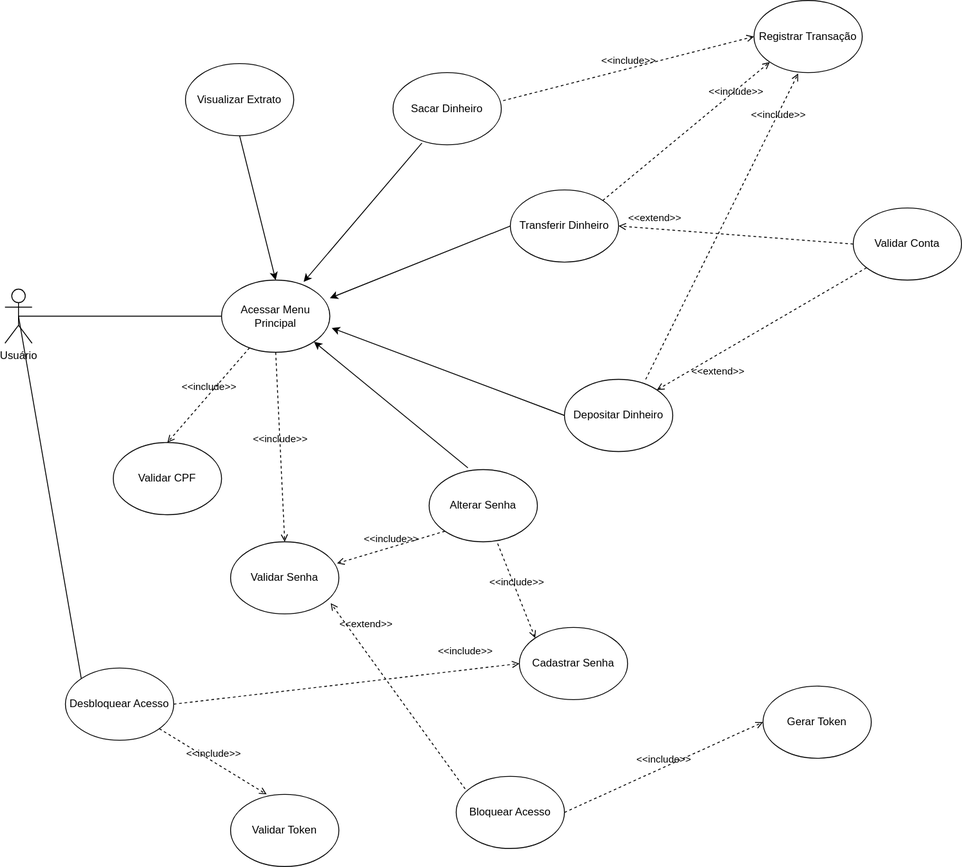
The draw.io diagram docs/modelagem/diagrama-casos-uso.svg in diegomcoder/ficticiobank-atm, before a commit. Source tidied: cells renumbered, new cells last; positions are measured from the earlier drawing's top-left corner, leaving out a move shared by most shapes.
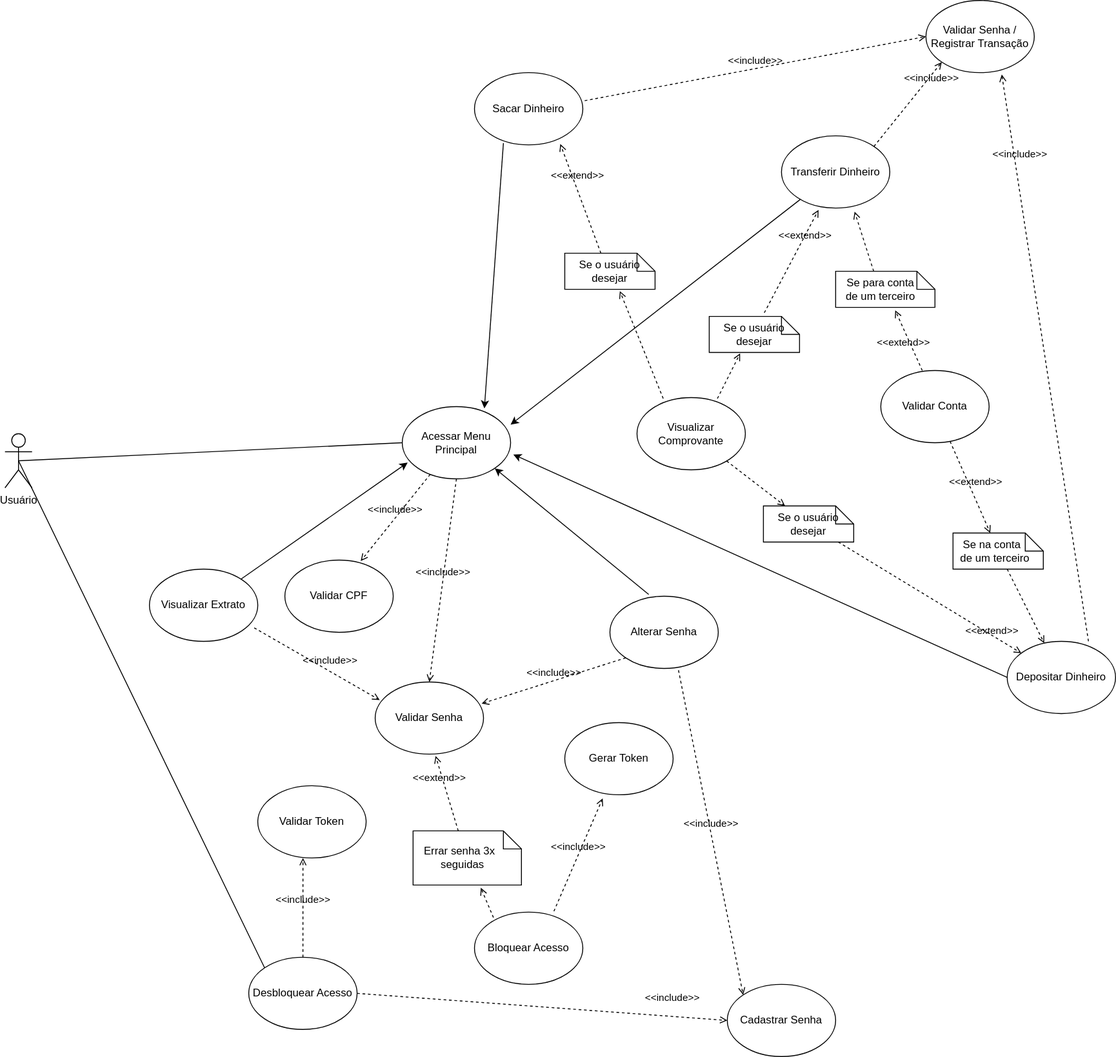
Later version of the same file.

Commit message:
update use case diagram

Change to the diagram source:
```diff
@@ -6,60 +6,57 @@
       <mxGeometry x="240" y="310" width="120" height="80" as="geometry" />
     </mxCell>
     <mxCell id="3" value="Validar Senha" style="ellipse;whiteSpace=wrap;html=1;" parent="1" vertex="1">
-      <mxGeometry x="250" y="600" width="120" height="80" as="geometry" />
+      <mxGeometry x="210" y="615" width="120" height="80" as="geometry" />
     </mxCell>
     <mxCell id="4" value="Validar CPF" style="ellipse;whiteSpace=wrap;html=1;" parent="1" vertex="1">
-      <mxGeometry x="120" y="490" width="120" height="80" as="geometry" />
+      <mxGeometry x="110" y="480" width="120" height="80" as="geometry" />
     </mxCell>
     <mxCell id="5" value="Usuário" style="shape=umlActor;verticalLabelPosition=bottom;verticalAlign=top;html=1;outlineConnect=0;" parent="1" vertex="1">
-      <mxGeometry y="320" width="30" height="60" as="geometry" />
+      <mxGeometry x="-200" y="340" width="30" height="60" as="geometry" />
     </mxCell>
-    <mxCell id="6" value="Visualizar Extrato" style="ellipse;whiteSpace=wrap;html=1;" parent="1" vertex="1">
-      <mxGeometry x="200" y="70" width="120" height="80" as="geometry" />
-    </mxCell>
     <mxCell id="7" value="Sacar Dinheiro" style="ellipse;whiteSpace=wrap;html=1;" parent="1" vertex="1">
-      <mxGeometry x="430" y="80" width="120" height="80" as="geometry" />
+      <mxGeometry x="320" y="-60" width="120" height="80" as="geometry" />
     </mxCell>
     <mxCell id="8" value="Transferir Dinheiro" style="ellipse;whiteSpace=wrap;html=1;" parent="1" vertex="1">
-      <mxGeometry x="560" y="210" width="120" height="80" as="geometry" />
+      <mxGeometry x="660" y="10" width="120" height="80" as="geometry" />
     </mxCell>
     <mxCell id="9" value="Depositar Dinheiro" style="ellipse;whiteSpace=wrap;html=1;" parent="1" vertex="1">
-      <mxGeometry x="620" y="420" width="120" height="80" as="geometry" />
+      <mxGeometry x="910" y="570" width="120" height="80" as="geometry" />
     </mxCell>
     <mxCell id="10" value="Alterar Senha" style="ellipse;whiteSpace=wrap;html=1;" parent="1" vertex="1">
       <mxGeometry x="470" y="520" width="120" height="80" as="geometry" />
     </mxCell>
     <mxCell id="11" value="Gerar Token" style="ellipse;whiteSpace=wrap;html=1;" parent="1" vertex="1">
-      <mxGeometry x="840" y="760" width="120" height="80" as="geometry" />
+      <mxGeometry x="420" y="660" width="120" height="80" as="geometry" />
     </mxCell>
     <mxCell id="12" value="Validar Token" style="ellipse;whiteSpace=wrap;html=1;" parent="1" vertex="1">
-      <mxGeometry x="250" y="880" width="120" height="80" as="geometry" />
+      <mxGeometry x="80" y="730" width="120" height="80" as="geometry" />
     </mxCell>
-    <mxCell id="13" value="Registrar Transação" style="ellipse;whiteSpace=wrap;html=1;" parent="1" vertex="1">
-      <mxGeometry x="830" width="120" height="80" as="geometry" />
+    <mxCell id="13" value="Validar Senha / Registrar Transação" style="ellipse;whiteSpace=wrap;html=1;" parent="1" vertex="1">
+      <mxGeometry x="820" y="-140" width="120" height="80" as="geometry" />
     </mxCell>
     <mxCell id="14" value="Bloquear Acesso" style="ellipse;whiteSpace=wrap;html=1;" parent="1" vertex="1">
-      <mxGeometry x="500" y="860" width="120" height="80" as="geometry" />
+      <mxGeometry x="320" y="870" width="120" height="80" as="geometry" />
     </mxCell>
     <mxCell id="15" value="Validar Conta" style="ellipse;whiteSpace=wrap;html=1;" parent="1" vertex="1">
-      <mxGeometry x="940" y="230" width="120" height="80" as="geometry" />
+      <mxGeometry x="770" y="270" width="120" height="80" as="geometry" />
     </mxCell>
     <mxCell id="16" value="Desbloquear Acesso" style="ellipse;whiteSpace=wrap;html=1;" parent="1" vertex="1">
-      <mxGeometry x="67" y="740" width="120" height="80" as="geometry" />
+      <mxGeometry x="70" y="920" width="120" height="80" as="geometry" />
     </mxCell>
     <mxCell id="17" value="Cadastrar Senha" style="ellipse;whiteSpace=wrap;html=1;" parent="1" vertex="1">
-      <mxGeometry x="570" y="695" width="120" height="80" as="geometry" />
+      <mxGeometry x="600" y="950" width="120" height="80" as="geometry" />
     </mxCell>
     <mxCell id="18" style="endArrow=none;html=1;rounded=0;exitX=0.5;exitY=0.5;exitDx=0;exitDy=0;exitPerimeter=0;entryX=0;entryY=0.5;entryDx=0;entryDy=0;" parent="1" edge="1" source="5" target="2">
       <mxGeometry relative="1" as="geometry" />
     </mxCell>
-    <mxCell id="19" style="endArrow=classic;html=1;rounded=0;entryX=0.5;entryY=0;entryDx=0;entryDy=0;exitX=0.5;exitY=1;exitDx=0;exitDy=0;" parent="1" edge="1" source="6" target="2">
+    <mxCell id="19" style="endArrow=classic;html=1;rounded=0;entryX=0.05;entryY=0.775;entryDx=0;entryDy=0;entryPerimeter=0;" parent="1" edge="1" source="6" target="2">
       <mxGeometry relative="1" as="geometry" />
     </mxCell>
     <mxCell id="20" style="endArrow=classic;html=1;rounded=0;entryX=0.758;entryY=0.025;entryDx=0;entryDy=0;exitX=0.267;exitY=0.975;exitDx=0;exitDy=0;entryPerimeter=0;exitPerimeter=0;" parent="1" edge="1" source="7" target="2">
       <mxGeometry relative="1" as="geometry" />
     </mxCell>
-    <mxCell id="21" style="endArrow=classic;html=1;rounded=0;entryX=1;entryY=0.25;entryDx=0;entryDy=0;exitX=0;exitY=0.5;exitDx=0;exitDy=0;entryPerimeter=0;" parent="1" edge="1" source="8" target="2">
+    <mxCell id="21" style="endArrow=classic;html=1;rounded=0;entryX=1;entryY=0.25;entryDx=0;entryDy=0;entryPerimeter=0;" parent="1" edge="1" source="8" target="2">
       <mxGeometry relative="1" as="geometry" />
     </mxCell>
     <mxCell id="22" style="endArrow=classic;html=1;rounded=0;entryX=1.025;entryY=0.663;entryDx=0;entryDy=0;exitX=0;exitY=0.5;exitDx=0;exitDy=0;entryPerimeter=0;" parent="1" edge="1" source="9" target="2">
@@ -77,25 +74,29 @@
     <mxCell id="26" value="&amp;lt;&amp;lt;include&amp;gt;&amp;gt;" style="html=1;verticalAlign=bottom;labelBackgroundColor=none;endArrow=open;endFill=0;dashed=1;rounded=0;entryX=0;entryY=1;entryDx=0;entryDy=0;exitX=1;exitY=0;exitDx=0;exitDy=0;" parent="1" edge="1" source="8" target="13">
       <mxGeometry x="0.54" y="-8" relative="1" as="geometry" />
     </mxCell>
-    <mxCell id="27" value="&amp;lt;&amp;lt;include&amp;gt;&amp;gt;" style="html=1;verticalAlign=bottom;labelBackgroundColor=none;endArrow=open;endFill=0;dashed=1;rounded=0;entryX=0.408;entryY=1.013;entryDx=0;entryDy=0;exitX=0.75;exitY=0;exitDx=0;exitDy=0;entryPerimeter=0;exitPerimeter=0;" parent="1" edge="1" source="9" target="13">
+    <mxCell id="27" value="&amp;lt;&amp;lt;include&amp;gt;&amp;gt;" style="html=1;verticalAlign=bottom;labelBackgroundColor=none;endArrow=open;endFill=0;dashed=1;rounded=0;entryX=0.7;entryY=1.025;entryDx=0;entryDy=0;exitX=0.75;exitY=0;exitDx=0;exitDy=0;entryPerimeter=0;exitPerimeter=0;" parent="1" edge="1" source="9" target="13">
       <mxGeometry x="0.69" y="-5" relative="1" as="geometry" />
     </mxCell>
-    <mxCell id="28" value="&amp;lt;&amp;lt;extend&amp;gt;&amp;gt;" style="html=1;verticalAlign=bottom;labelBackgroundColor=none;endArrow=open;endFill=0;dashed=1;rounded=0;entryX=1;entryY=0;entryDx=0;entryDy=0;" parent="1" edge="1" source="15" target="9">
-      <mxGeometry x="0.52" y="24" relative="1" as="geometry" />
+    <mxCell id="28" value="&amp;lt;&amp;lt;extend&amp;gt;&amp;gt;" style="html=1;verticalAlign=bottom;labelBackgroundColor=none;endArrow=open;endFill=0;dashed=1;rounded=0;" parent="1" edge="1" source="45" target="9">
+      <mxGeometry x="-1" y="97" relative="1" as="geometry">
+        <mxPoint x="-122" y="-45" as="offset" />
+      </mxGeometry>
     </mxCell>
-    <mxCell id="29" value="&amp;lt;&amp;lt;extend&amp;gt;&amp;gt;" style="html=1;verticalAlign=bottom;labelBackgroundColor=none;endArrow=open;endFill=0;dashed=1;rounded=0;entryX=1;entryY=0.5;entryDx=0;entryDy=0;exitX=0;exitY=0.5;exitDx=0;exitDy=0;" parent="1" edge="1" source="15" target="8">
-      <mxGeometry x="0.69" y="-3" relative="1" as="geometry" />
+    <mxCell id="29" value="&amp;lt;&amp;lt;extend&amp;gt;&amp;gt;" style="html=1;verticalAlign=bottom;labelBackgroundColor=none;endArrow=open;endFill=0;dashed=1;rounded=0;entryX=0.675;entryY=1.05;entryDx=0;entryDy=0;exitX=0.383;exitY=0;exitDx=0;exitDy=0;exitPerimeter=0;entryPerimeter=0;" parent="1" edge="1" source="43" target="8">
+      <mxGeometry x="-1" y="107" relative="1" as="geometry">
+        <mxPoint x="135" y="55" as="offset" />
+      </mxGeometry>
     </mxCell>
-    <mxCell id="30" value="&amp;lt;&amp;lt;include&amp;gt;&amp;gt;" style="html=1;verticalAlign=bottom;labelBackgroundColor=none;endArrow=open;endFill=0;dashed=1;rounded=0;entryX=0.5;entryY=0;entryDx=0;entryDy=0;exitX=0.258;exitY=0.938;exitDx=0;exitDy=0;exitPerimeter=0;" parent="1" edge="1" source="2" target="4">
+    <mxCell id="30" value="&amp;lt;&amp;lt;include&amp;gt;&amp;gt;" style="html=1;verticalAlign=bottom;labelBackgroundColor=none;endArrow=open;endFill=0;dashed=1;rounded=0;entryX=0.7;entryY=0.013;entryDx=0;entryDy=0;exitX=0.258;exitY=0.938;exitDx=0;exitDy=0;exitPerimeter=0;entryPerimeter=0;" parent="1" edge="1" source="2" target="4">
       <mxGeometry relative="1" as="geometry" />
     </mxCell>
     <mxCell id="31" value="&amp;lt;&amp;lt;include&amp;gt;&amp;gt;" style="html=1;verticalAlign=bottom;labelBackgroundColor=none;endArrow=open;endFill=0;dashed=1;rounded=0;entryX=0.5;entryY=0;entryDx=0;entryDy=0;exitX=0.5;exitY=1;exitDx=0;exitDy=0;" parent="1" edge="1" source="2" target="3">
       <mxGeometry relative="1" as="geometry" />
     </mxCell>
-    <mxCell id="32" value="&amp;lt;&amp;lt;extend&amp;gt;&amp;gt;" style="html=1;verticalAlign=bottom;labelBackgroundColor=none;endArrow=open;endFill=0;dashed=1;rounded=0;entryX=0.925;entryY=0.85;entryDx=0;entryDy=0;entryPerimeter=0;exitX=0.083;exitY=0.175;exitDx=0;exitDy=0;exitPerimeter=0;" parent="1" edge="1" source="14" target="3">
-      <mxGeometry x="0.62" y="-13" relative="1" as="geometry" />
+    <mxCell id="32" value="&amp;lt;&amp;lt;extend&amp;gt;&amp;gt;" style="html=1;verticalAlign=bottom;labelBackgroundColor=none;endArrow=open;endFill=0;dashed=1;rounded=0;exitX=0.417;exitY=0;exitDx=0;exitDy=0;exitPerimeter=0;entryX=0.558;entryY=1.025;entryDx=0;entryDy=0;entryPerimeter=0;" parent="1" edge="1" source="53" target="3">
+      <mxGeometry x="0.24" y="6" relative="1" as="geometry" />
     </mxCell>
-    <mxCell id="33" value="&amp;lt;&amp;lt;include&amp;gt;&amp;gt;" style="html=1;verticalAlign=bottom;labelBackgroundColor=none;endArrow=open;endFill=0;dashed=1;rounded=0;entryX=0;entryY=0.5;entryDx=0;entryDy=0;exitX=1;exitY=0.5;exitDx=0;exitDy=0;" parent="1" edge="1" source="14" target="11">
+    <mxCell id="33" value="&amp;lt;&amp;lt;include&amp;gt;&amp;gt;" style="html=1;verticalAlign=bottom;labelBackgroundColor=none;endArrow=open;endFill=0;dashed=1;rounded=0;entryX=0.35;entryY=1.05;entryDx=0;entryDy=0;exitX=0.733;exitY=-0.012;exitDx=0;exitDy=0;entryPerimeter=0;exitPerimeter=0;" parent="1" edge="1" source="14" target="11">
       <mxGeometry relative="1" as="geometry" />
     </mxCell>
     <mxCell id="34" value="&amp;lt;&amp;lt;include&amp;gt;&amp;gt;" style="html=1;verticalAlign=bottom;labelBackgroundColor=none;endArrow=open;endFill=0;dashed=1;rounded=0;entryX=0.983;entryY=0.3;entryDx=0;entryDy=0;exitX=0;exitY=1;exitDx=0;exitDy=0;entryPerimeter=0;" parent="1" edge="1" source="10" target="3">
@@ -104,11 +105,67 @@
     <mxCell id="35" value="&amp;lt;&amp;lt;include&amp;gt;&amp;gt;" style="html=1;verticalAlign=bottom;labelBackgroundColor=none;endArrow=open;endFill=0;dashed=1;rounded=0;entryX=0;entryY=0;entryDx=0;entryDy=0;exitX=0.633;exitY=1.025;exitDx=0;exitDy=0;exitPerimeter=0;" parent="1" edge="1" source="10" target="17">
       <mxGeometry relative="1" as="geometry" />
     </mxCell>
-    <mxCell id="36" value="&amp;lt;&amp;lt;include&amp;gt;&amp;gt;" style="html=1;verticalAlign=bottom;labelBackgroundColor=none;endArrow=open;endFill=0;dashed=1;rounded=0;entryX=0.333;entryY=0;entryDx=0;entryDy=0;entryPerimeter=0;" parent="1" edge="1" source="16" target="12">
+    <mxCell id="36" value="&amp;lt;&amp;lt;include&amp;gt;&amp;gt;" style="html=1;verticalAlign=bottom;labelBackgroundColor=none;endArrow=open;endFill=0;dashed=1;rounded=0;entryX=0.417;entryY=1;entryDx=0;entryDy=0;entryPerimeter=0;" parent="1" edge="1" source="16" target="12">
       <mxGeometry relative="1" as="geometry" />
     </mxCell>
     <mxCell id="37" value="&amp;lt;&amp;lt;include&amp;gt;&amp;gt;" style="html=1;verticalAlign=bottom;labelBackgroundColor=none;endArrow=open;endFill=0;dashed=1;rounded=0;entryX=0;entryY=0.5;entryDx=0;entryDy=0;exitX=1;exitY=0.5;exitDx=0;exitDy=0;" parent="1" edge="1" source="16" target="17">
       <mxGeometry x="0.7" y="12" relative="1" as="geometry" />
     </mxCell>
+    <mxCell id="38" value="Visualizar Comprovante" style="ellipse;whiteSpace=wrap;html=1;" parent="1" vertex="1">
+      <mxGeometry x="500" y="300" width="120" height="80" as="geometry" />
+    </mxCell>
+    <mxCell id="39" value="&amp;lt;&amp;lt;extend&amp;gt;&amp;gt;" style="html=1;verticalAlign=bottom;labelBackgroundColor=none;endArrow=open;endFill=0;dashed=1;rounded=0;entryX=0.792;entryY=0.988;entryDx=0;entryDy=0;exitX=0;exitY=0;exitDx=40;exitDy=0;entryPerimeter=0;exitPerimeter=0;" parent="1" edge="1" source="47" target="7">
+      <mxGeometry x="0.25" y="-2" relative="1" as="geometry" />
+    </mxCell>
+    <mxCell id="40" value="&amp;lt;&amp;lt;extend&amp;gt;&amp;gt;" style="html=1;verticalAlign=bottom;labelBackgroundColor=none;endArrow=open;endFill=0;dashed=1;rounded=0;entryX=0.342;entryY=1.025;entryDx=0;entryDy=0;exitX=0.61;exitY=-0.1;exitDx=0;exitDy=0;entryPerimeter=0;exitPerimeter=0;" parent="1" edge="1" source="49" target="8">
+      <mxGeometry x="0.4" y="-3" relative="1" as="geometry">
+        <mxPoint y="1" as="offset" />
+      </mxGeometry>
+    </mxCell>
+    <mxCell id="41" value="&amp;lt;&amp;lt;extend&amp;gt;&amp;gt;" style="html=1;verticalAlign=bottom;labelBackgroundColor=none;endArrow=open;endFill=0;dashed=1;rounded=0;" parent="1" edge="1" source="51" target="9">
+      <mxGeometry x="0.69" y="-3" relative="1" as="geometry" />
+    </mxCell>
+    <mxCell id="42" style="html=1;verticalAlign=bottom;labelBackgroundColor=none;endArrow=open;endFill=0;dashed=1;rounded=0;entryX=0.6;entryY=1.083;entryDx=0;entryDy=0;exitX=0.383;exitY=0;exitDx=0;exitDy=0;exitPerimeter=0;entryPerimeter=0;" parent="1" edge="1" source="15" target="43">
+      <mxGeometry x="0.69" y="-3" relative="1" as="geometry" />
+    </mxCell>
+    <mxCell id="43" value="Se para conta&amp;nbsp; &amp;nbsp;&lt;br&gt;de um terceiro&amp;nbsp; &amp;nbsp;" style="shape=note;size=20;whiteSpace=wrap;html=1;" parent="1" vertex="1">
+      <mxGeometry x="720" y="160" width="110" height="40" as="geometry" />
+    </mxCell>
+    <mxCell id="44" style="html=1;verticalAlign=bottom;labelBackgroundColor=none;endArrow=open;endFill=0;dashed=1;rounded=0;" parent="1" edge="1" source="15" target="45">
+      <mxGeometry x="0.52" y="24" relative="1" as="geometry" />
+    </mxCell>
+    <mxCell id="45" value="Se na conta&amp;nbsp; &amp;nbsp;&amp;nbsp;&lt;br&gt;de&amp;nbsp;um terceiro&amp;nbsp;&amp;nbsp;" style="shape=note;size=20;whiteSpace=wrap;html=1;" parent="1" vertex="1">
+      <mxGeometry x="850" y="450" width="100" height="40" as="geometry" />
+    </mxCell>
+    <mxCell id="46" style="html=1;verticalAlign=bottom;labelBackgroundColor=none;endArrow=open;endFill=0;dashed=1;rounded=0;entryX=0.61;entryY=1.05;entryDx=0;entryDy=0;exitX=0.242;exitY=0.013;exitDx=0;exitDy=0;entryPerimeter=0;exitPerimeter=0;" parent="1" edge="1" source="38" target="47">
+      <mxGeometry x="0.69" y="-3" relative="1" as="geometry" />
+    </mxCell>
+    <mxCell id="47" value="Se o usuário desejar" style="shape=note;size=20;whiteSpace=wrap;html=1;" parent="1" vertex="1">
+      <mxGeometry x="420" y="140" width="100" height="40" as="geometry" />
+    </mxCell>
+    <mxCell id="48" style="html=1;verticalAlign=bottom;labelBackgroundColor=none;endArrow=open;endFill=0;dashed=1;rounded=0;entryX=0.342;entryY=1.025;entryDx=0;entryDy=0;exitX=0.742;exitY=0.013;exitDx=0;exitDy=0;entryPerimeter=0;exitPerimeter=0;" parent="1" edge="1" source="38" target="49">
+      <mxGeometry x="0.69" y="-3" relative="1" as="geometry" />
+    </mxCell>
+    <mxCell id="49" value="Se o usuário desejar" style="shape=note;size=20;whiteSpace=wrap;html=1;" parent="1" vertex="1">
+      <mxGeometry x="580" y="210" width="100" height="40" as="geometry" />
+    </mxCell>
+    <mxCell id="50" style="html=1;verticalAlign=bottom;labelBackgroundColor=none;endArrow=open;endFill=0;dashed=1;rounded=0;" parent="1" edge="1" source="38" target="51">
+      <mxGeometry x="0.69" y="-3" relative="1" as="geometry" />
+    </mxCell>
+    <mxCell id="51" value="Se o usuário desejar" style="shape=note;size=20;whiteSpace=wrap;html=1;" parent="1" vertex="1">
+      <mxGeometry x="640" y="420" width="100" height="40" as="geometry" />
+    </mxCell>
+    <mxCell id="52" style="html=1;verticalAlign=bottom;labelBackgroundColor=none;endArrow=open;endFill=0;dashed=1;rounded=0;entryX=0.625;entryY=1.05;entryDx=0;entryDy=0;entryPerimeter=0;exitX=0.175;exitY=0.075;exitDx=0;exitDy=0;exitPerimeter=0;" parent="1" edge="1" source="14" target="53">
+      <mxGeometry x="0.62" y="-13" relative="1" as="geometry" />
+    </mxCell>
+    <mxCell id="53" value="Errar senha 3x&amp;nbsp; &amp;nbsp; &amp;nbsp;&lt;br&gt;seguidas&amp;nbsp; &amp;nbsp;" style="shape=note;size=20;whiteSpace=wrap;html=1;" parent="1" vertex="1">
+      <mxGeometry x="252" y="780" width="120" height="60" as="geometry" />
+    </mxCell>
+    <mxCell id="6" value="Visualizar Extrato" style="ellipse;whiteSpace=wrap;html=1;" parent="1" vertex="1">
+      <mxGeometry x="-40" y="490" width="120" height="80" as="geometry" />
+    </mxCell>
+    <mxCell id="54" value="&amp;lt;&amp;lt;include&amp;gt;&amp;gt;" style="html=1;verticalAlign=bottom;labelBackgroundColor=none;endArrow=open;endFill=0;dashed=1;rounded=0;entryX=0.042;entryY=0.25;entryDx=0;entryDy=0;exitX=0.967;exitY=0.813;exitDx=0;exitDy=0;exitPerimeter=0;entryPerimeter=0;" parent="1" edge="1" source="6" target="3">
+      <mxGeometry x="0.19" y="3" relative="1" as="geometry" />
+    </mxCell>
   </root>
 </mxGraphModel>
```
